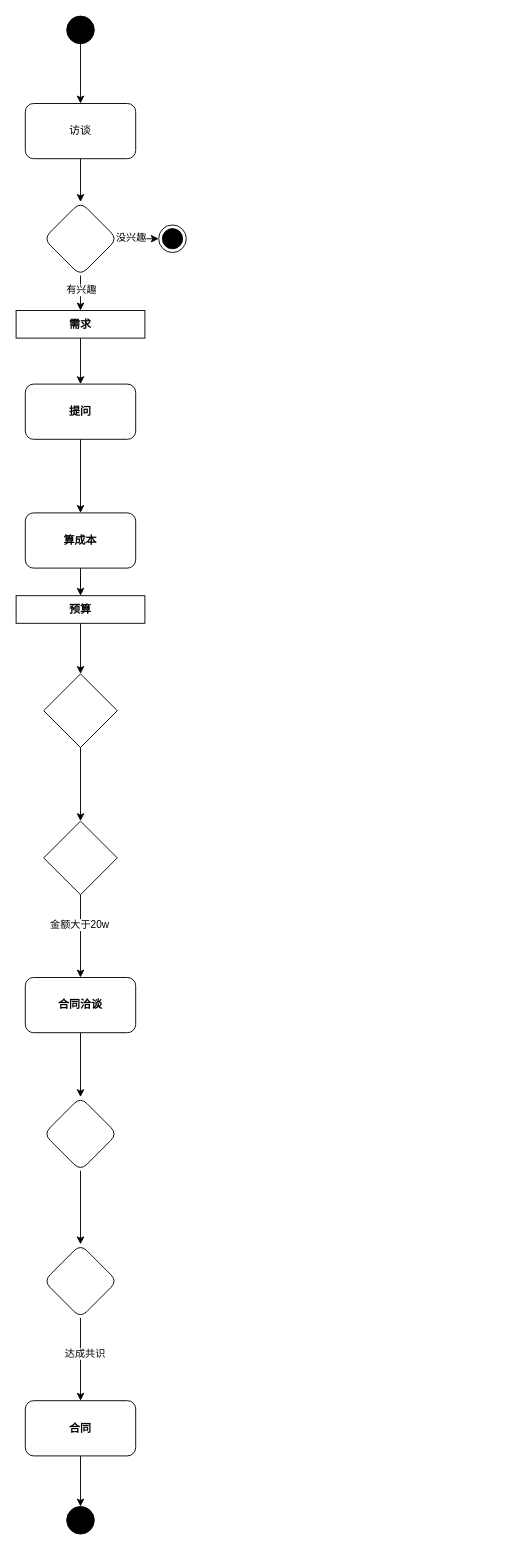
Before: 未命名绘图.drawio in markzhang12345/drawio, a draw.io diagram. Source tidied: cells renumbered, new cells numbered last; positions are measured from the earlier drawing's top-left corner, leaving out a move shared by most shapes. Both pictures are drawn from the tidied source at 92%, with x=0, y=0 at pixel (16, 16).
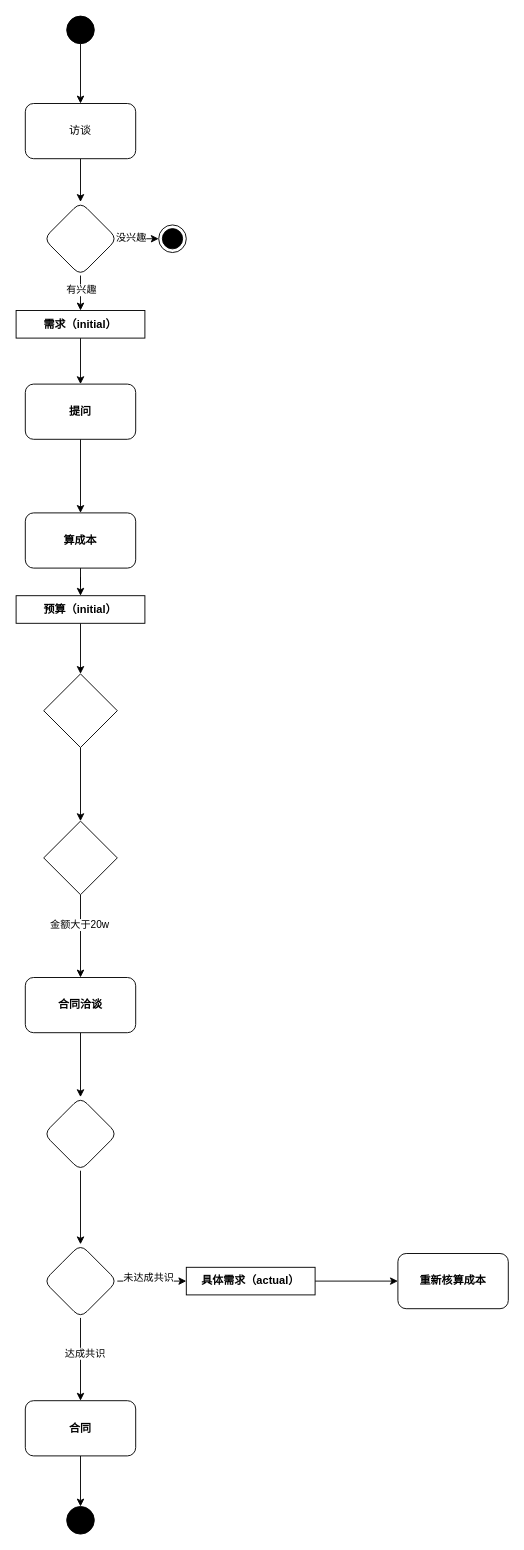
The same page after the edit.

Commit message:
更新未命名绘图.drawio

The change refers to these unchanged cells:
```xml
<mxCell id="31" style="rhombus;whiteSpace=wrap;html=1;rounded=1;fontStyle=1;" parent="1" vertex="1">
  <mxGeometry x="30" y="1335" width="80" height="80" as="geometry" />
</mxCell>
```

Change to the diagram source:
```diff
@@
-    <mxCell id="13" value="需求" style="fontStyle=1;whiteSpace=wrap;html=1;" parent="1" vertex="1">
+    <mxCell id="13" value="需求（initial）" style="fontStyle=1;whiteSpace=wrap;html=1;" parent="1" vertex="1">
       <mxGeometry y="320" width="140" height="30" as="geometry" />
     </mxCell>
@@
-    <mxCell id="19" value="预算" style="fontStyle=1;whiteSpace=wrap;html=1;" parent="1" vertex="1">
+    <mxCell id="19" value="预算（initial）" style="fontStyle=1;whiteSpace=wrap;html=1;" parent="1" vertex="1">
       <mxGeometry y="630" width="140" height="30" as="geometry" />
     </mxCell>
@@
+    <mxCell id="35" style="edgeStyle=orthogonalEdgeStyle;rounded=0;jettySize=auto;html=1;" parent="1" edge="1" source="31" target="38">
+      <mxGeometry relative="1" as="geometry" />
+    </mxCell>
+    <mxCell id="36" value="未达成共识" style="edgeLabel;html=1;align=center;verticalAlign=middle;" parent="35" vertex="1">
+      <mxGeometry x="-0.12" y="5" relative="1" as="geometry" />
+    </mxCell>
@@
+    <mxCell id="37" style="edgeStyle=orthogonalEdgeStyle;rounded=0;jettySize=auto;html=1;" parent="1" edge="1" source="38" target="39">
+      <mxGeometry relative="1" as="geometry" />
+    </mxCell>
+    <mxCell id="38" value="具体需求（actual）" style="fontStyle=1;whiteSpace=wrap;html=1;" parent="1" vertex="1">
+      <mxGeometry x="185" y="1360" width="140" height="30" as="geometry" />
+    </mxCell>
+    <mxCell id="39" value="重新核算成本" style="rounded=1;whiteSpace=wrap;html=1;fontStyle=1;" parent="1" vertex="1">
+      <mxGeometry x="415" y="1345" width="120" height="60" as="geometry" />
+    </mxCell>
```
